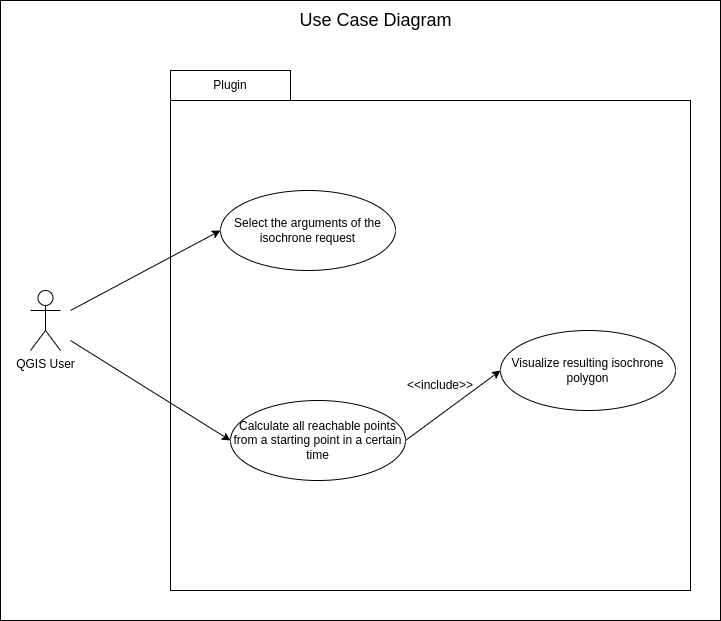
Before: diagrams/use_case_diagram.png, a diagram exported from draw.io (yolanda225/plugin-qgis-oop). Source tidied: cells renumbered, new cells last; positions are measured from the earlier drawing's top-left corner, leaving out a move shared by most shapes.
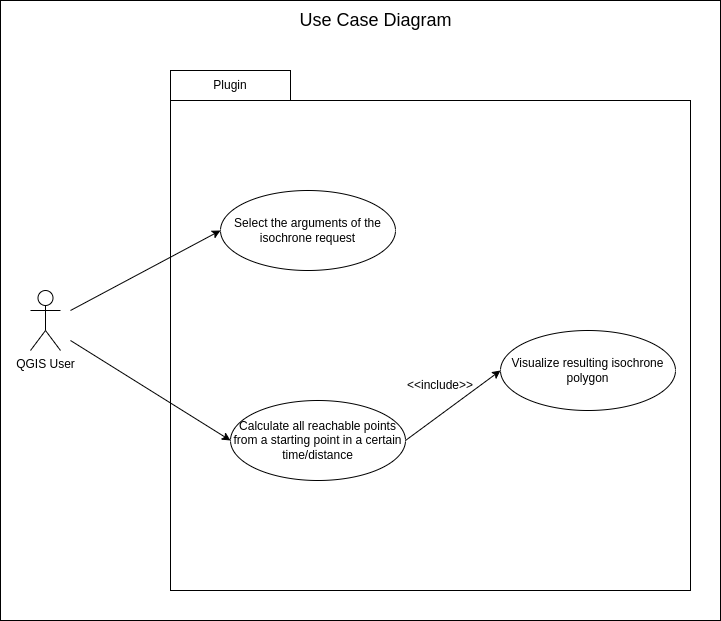
Later version of the same file.

Change to the diagram source:
```diff
@@ -22,7 +22,7 @@
     <mxCell id="7" style="edgeStyle=none;html=1;exitX=1;exitY=0.5;exitDx=0;exitDy=0;entryX=0;entryY=0.5;entryDx=0;entryDy=0;" parent="1" edge="1" source="8" target="9">
       <mxGeometry relative="1" as="geometry" />
     </mxCell>
-    <mxCell id="8" value="Calcul&lt;font style=&quot;&quot;&gt;&lt;font style=&quot;color: light-dark(rgb(0, 0, 0), rgb(255, 255, 255));&quot;&gt;ate&amp;nbsp;&lt;/font&gt;&lt;span style=&quot;&quot; lang=&quot;en&quot; class=&quot;HwtZe&quot;&gt;&lt;font style=&quot;color: light-dark(rgb(0, 0, 0), rgb(255, 255, 255));&quot;&gt;all reachable points from a starting point in a certain time&lt;/font&gt;&lt;/span&gt;&lt;/font&gt;" style="ellipse;whiteSpace=wrap;html=1;" parent="1" vertex="1">
+    <mxCell id="8" value="Calcul&lt;font style=&quot;&quot;&gt;&lt;font style=&quot;color: light-dark(rgb(0, 0, 0), rgb(255, 255, 255));&quot;&gt;ate&amp;nbsp;&lt;/font&gt;&lt;span style=&quot;&quot; lang=&quot;en&quot; class=&quot;HwtZe&quot;&gt;&lt;font style=&quot;color: light-dark(rgb(0, 0, 0), rgb(255, 255, 255));&quot;&gt;all reachable points from a starting point in a certain time/distance&lt;/font&gt;&lt;/span&gt;&lt;/font&gt;" style="ellipse;whiteSpace=wrap;html=1;" parent="1" vertex="1">
       <mxGeometry x="230" y="400" width="175" height="80" as="geometry" />
     </mxCell>
     <mxCell id="9" value="Visualize resulting isochrone polygon" style="ellipse;whiteSpace=wrap;html=1;" parent="1" vertex="1">
```
